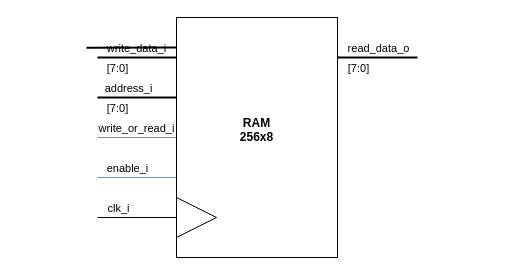
This is Blockbeschreibungen/RAM_beschreibung.drawio from graefjk/RO2, a draw.io file, before an edit. Source tidied: cells renumbered, new cells numbered last; positions are measured from the earlier drawing's top-left corner, leaving out a move shared by most shapes. Both pictures are drawn from the tidied source at 100%, with x=0, y=0 at pixel (17, 17).
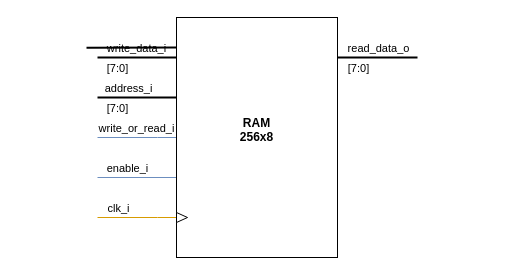
The same diagram, later.

Unchanged cells that the change refers to:
```xml
<mxCell id="17" value="&lt;b&gt;RAM&lt;/b&gt;&lt;div&gt;&lt;b&gt;256x8&lt;/b&gt;&lt;/div&gt;&lt;div&gt;&lt;b&gt;&lt;br&gt;&lt;/b&gt;&lt;/div&gt;" style="rounded=0;whiteSpace=wrap;html=1;" parent="1" vertex="1">
  <mxGeometry x="159" width="161" height="240" as="geometry" />
</mxCell>
```

Diff of the diagram source:
```diff
@@
-    <mxCell id="15" style="edgeStyle=orthogonalEdgeStyle;rounded=0;jettySize=auto;html=1;endArrow=none;endFill=0;strokeWidth=1;" parent="1" edge="1" source="17">
+    <mxCell id="15" style="edgeStyle=orthogonalEdgeStyle;rounded=0;jettySize=auto;html=1;endArrow=none;endFill=0;strokeWidth=1;fillColor=#ffe6cc;strokeColor=#d79b00;" parent="1" edge="1" source="17">
       <mxGeometry relative="1" as="geometry">
         <mxPoint x="80" y="200" as="targetPoint" />
         <Array as="points">
           <mxPoint x="140" y="200" />
           <mxPoint x="140" y="200" />
         </Array>
       </mxGeometry>
     </mxCell>
@@
     <mxCell id="19" style="triangle;whiteSpace=wrap;html=1;" parent="1" vertex="1">
-      <mxGeometry x="159" y="180" width="40" height="40" as="geometry" />
+      <mxGeometry x="159" y="195" width="11" height="10" as="geometry" />
     </mxCell>
```
